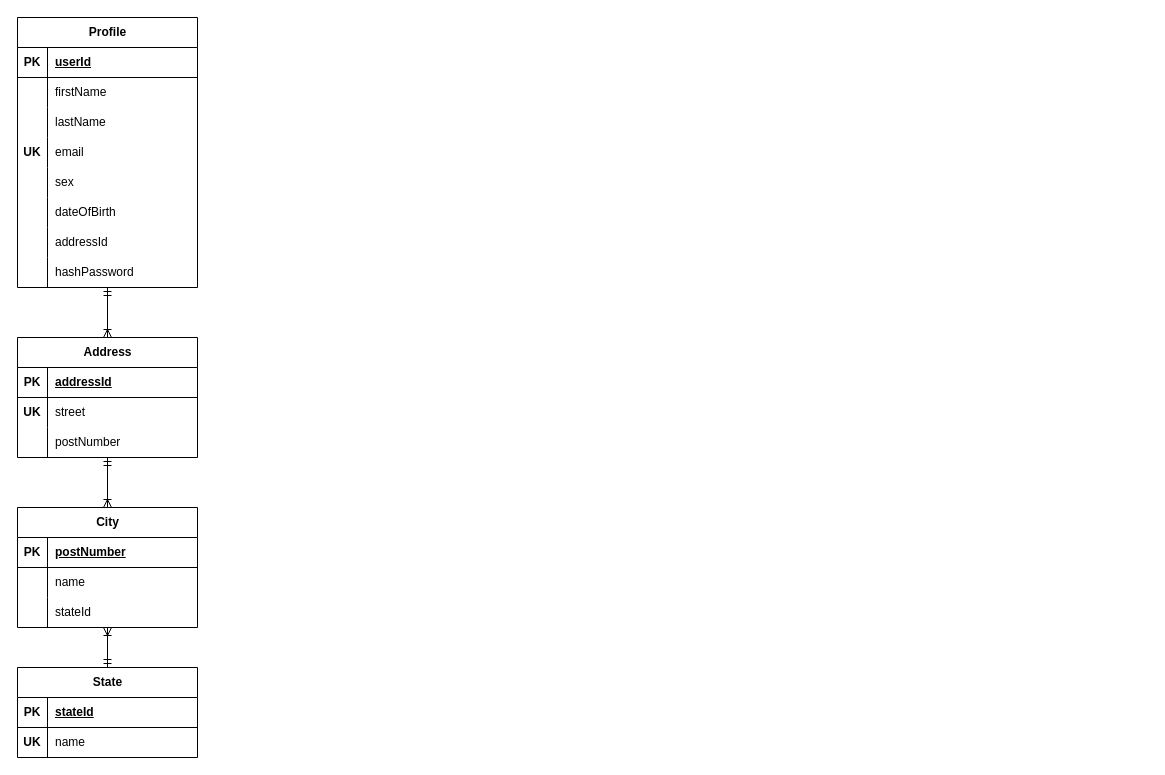
Above: documentation/Relation models/drawio/socialnet_rm_version1.drawio in Josip1234/Social-net (draw.io), before the change. Source tidied: cells renumbered, new cells numbered last; positions are measured from the earlier drawing's top-left corner, leaving out a move shared by most shapes. Both pictures are drawn from the tidied source at 100%, with x=0, y=0 at pixel (17, 17).
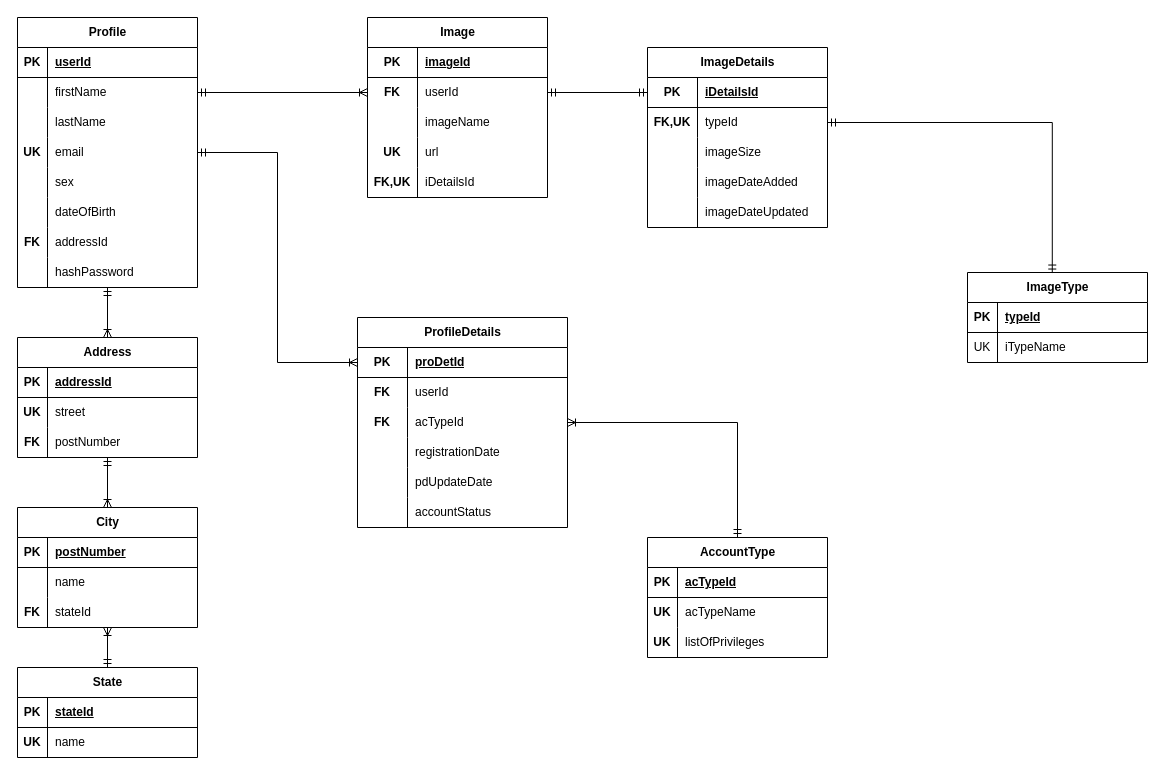
After the change.

Commit message (it also covers changes not shown here):
Finished first relation diagram for social net

The change refers to these unchanged cells:
```xml
<mxCell id="7" style="shape=tableRow;horizontal=0;startSize=0;swimlaneHead=0;swimlaneBody=0;fillColor=none;points=[[0,0.5],[1,0.5]];portConstraint=eastwest;top=0;left=0;right=0;bottom=0;" parent="3" vertex="1">
  <mxGeometry y="60" width="180" height="30" as="geometry" />
</mxCell>
<mxCell id="13" style="shape=tableRow;horizontal=0;startSize=0;swimlaneHead=0;swimlaneBody=0;fillColor=none;points=[[0,0.5],[1,0.5]];portConstraint=eastwest;top=0;left=0;right=0;bottom=0;" parent="3" vertex="1">
  <mxGeometry y="120" width="180" height="30" as="geometry" />
</mxCell>
<mxCell id="22" style="shape=tableRow;horizontal=0;startSize=0;swimlaneHead=0;swimlaneBody=0;fillColor=none;top=0;left=0;right=0;bottom=0;" parent="3" vertex="1">
  <mxGeometry y="210" width="180" height="30" as="geometry" />
</mxCell>
<mxCell id="36" style="shape=tableRow;horizontal=0;startSize=0;swimlaneHead=0;swimlaneBody=0;fillColor=none;top=0;left=0;right=0;bottom=0;" parent="29" vertex="1">
  <mxGeometry y="90" width="180" height="30" as="geometry" />
</mxCell>
<mxCell id="47" style="shape=tableRow;horizontal=0;startSize=0;swimlaneHead=0;swimlaneBody=0;fillColor=none;top=0;left=0;right=0;bottom=0;" parent="40" vertex="1">
  <mxGeometry y="90" width="180" height="30" as="geometry" />
</mxCell>
```

Diff of the diagram source:
```diff
@@
-    <mxCell id="23" style="shape=partialRectangle;fillColor=none;top=0;left=0;bottom=0;right=0;overflow=hidden;whiteSpace=wrap;html=1;" parent="22" vertex="1">
+    <mxCell id="23" value="&lt;b&gt;FK&lt;/b&gt;" style="shape=partialRectangle;fillColor=none;top=0;left=0;bottom=0;right=0;overflow=hidden;whiteSpace=wrap;html=1;" parent="22" vertex="1">
       <mxGeometry width="30" height="30" as="geometry" />
     </mxCell>
@@
-    <mxCell id="37" style="shape=partialRectangle;fillColor=none;top=0;left=0;bottom=0;right=0;overflow=hidden;whiteSpace=wrap;html=1;" parent="36" vertex="1">
+    <mxCell id="37" value="&lt;b&gt;FK&lt;/b&gt;" style="shape=partialRectangle;fillColor=none;top=0;left=0;bottom=0;right=0;overflow=hidden;whiteSpace=wrap;html=1;" parent="36" vertex="1">
       <mxGeometry width="30" height="30" as="geometry" />
     </mxCell>
@@
-    <mxCell id="48" style="shape=partialRectangle;fillColor=none;top=0;left=0;bottom=0;right=0;overflow=hidden;whiteSpace=wrap;html=1;" parent="47" vertex="1">
+    <mxCell id="48" value="&lt;b&gt;FK&lt;/b&gt;" style="shape=partialRectangle;fillColor=none;top=0;left=0;bottom=0;right=0;overflow=hidden;whiteSpace=wrap;html=1;" parent="47" vertex="1">
       <mxGeometry width="30" height="30" as="geometry" />
     </mxCell>
@@
+    <mxCell id="57" value="Image" style="shape=table;startSize=30;childLayout=tableLayout;rowLines=0;fontStyle=1;align=center;html=1;" parent="1" vertex="1">
+      <mxGeometry x="350" width="180" height="180" as="geometry" />
+    </mxCell>
+    <mxCell id="58" style="shape=tableRow;horizontal=0;startSize=0;swimlaneHead=0;swimlaneBody=0;fillColor=none;top=0;left=0;right=0;bottom=1;" parent="57" vertex="1">
+      <mxGeometry y="30" width="180" height="30" as="geometry" />
+    </mxCell>
+    <mxCell id="59" value="PK" style="shape=partialRectangle;fillColor=none;top=0;left=0;bottom=0;right=0;fontStyle=1;overflow=hidden;whiteSpace=wrap;html=1;" parent="58" vertex="1">
+      <mxGeometry width="50" height="30" as="geometry" />
+    </mxCell>
+    <mxCell id="60" value="imageId" style="shape=partialRectangle;fillColor=none;top=0;left=0;bottom=0;right=0;align=left;spacingLeft=6;fontStyle=5;overflow=hidden;whiteSpace=wrap;html=1;" parent="58" vertex="1">
+      <mxGeometry x="50" width="130" height="30" as="geometry" />
+    </mxCell>
+    <mxCell id="61" style="shape=tableRow;horizontal=0;startSize=0;swimlaneHead=0;swimlaneBody=0;fillColor=none;points=[[0,0.5],[1,0.5]];portConstraint=eastwest;top=0;left=0;right=0;bottom=0;" parent="57" vertex="1">
+      <mxGeometry y="60" width="180" height="30" as="geometry" />
+    </mxCell>
+    <mxCell id="62" value="&lt;b&gt;FK&lt;/b&gt;" style="shape=partialRectangle;fillColor=none;top=0;left=0;bottom=0;right=0;overflow=hidden;whiteSpace=wrap;html=1;" parent="61" vertex="1">
+      <mxGeometry width="50" height="30" as="geometry" />
+    </mxCell>
+    <mxCell id="63" value="userId" style="shape=partialRectangle;fillColor=none;top=0;left=0;bottom=0;right=0;align=left;spacingLeft=6;overflow=hidden;whiteSpace=wrap;html=1;" parent="61" vertex="1">
+      <mxGeometry x="50" width="130" height="30" as="geometry" />
+    </mxCell>
+    <mxCell id="64" style="shape=tableRow;horizontal=0;startSize=0;swimlaneHead=0;swimlaneBody=0;fillColor=none;top=0;left=0;right=0;bottom=0;" parent="57" vertex="1">
+      <mxGeometry y="90" width="180" height="30" as="geometry" />
+    </mxCell>
+    <mxCell id="65" style="shape=partialRectangle;fillColor=none;top=0;left=0;bottom=0;right=0;overflow=hidden;whiteSpace=wrap;html=1;" parent="64" vertex="1">
+      <mxGeometry width="50" height="30" as="geometry" />
+    </mxCell>
+    <mxCell id="66" value="imageName" style="shape=partialRectangle;fillColor=none;top=0;left=0;bottom=0;right=0;align=left;spacingLeft=6;overflow=hidden;whiteSpace=wrap;html=1;" parent="64" vertex="1">
+      <mxGeometry x="50" width="130" height="30" as="geometry" />
+    </mxCell>
+    <mxCell id="67" style="shape=tableRow;horizontal=0;startSize=0;swimlaneHead=0;swimlaneBody=0;fillColor=none;top=0;left=0;right=0;bottom=0;" parent="57" vertex="1">
+      <mxGeometry y="120" width="180" height="30" as="geometry" />
+    </mxCell>
+    <mxCell id="68" value="&lt;b&gt;UK&lt;/b&gt;" style="shape=partialRectangle;fillColor=none;top=0;left=0;bottom=0;right=0;overflow=hidden;whiteSpace=wrap;html=1;" parent="67" vertex="1">
+      <mxGeometry width="50" height="30" as="geometry" />
+    </mxCell>
+    <mxCell id="69" value="url" style="shape=partialRectangle;fillColor=none;top=0;left=0;bottom=0;right=0;align=left;spacingLeft=6;overflow=hidden;whiteSpace=wrap;html=1;" parent="67" vertex="1">
+      <mxGeometry x="50" width="130" height="30" as="geometry" />
+    </mxCell>
+    <mxCell id="70" style="shape=tableRow;horizontal=0;startSize=0;swimlaneHead=0;swimlaneBody=0;fillColor=none;top=0;left=0;right=0;bottom=0;" parent="57" vertex="1">
+      <mxGeometry y="150" width="180" height="30" as="geometry" />
+    </mxCell>
+    <mxCell id="71" value="&lt;b&gt;FK,UK&lt;/b&gt;" style="shape=partialRectangle;fillColor=none;top=0;left=0;bottom=0;right=0;overflow=hidden;whiteSpace=wrap;html=1;" parent="70" vertex="1">
+      <mxGeometry width="50" height="30" as="geometry" />
+    </mxCell>
+    <mxCell id="72" value="iDetailsId" style="shape=partialRectangle;fillColor=none;top=0;left=0;bottom=0;right=0;align=left;spacingLeft=6;overflow=hidden;whiteSpace=wrap;html=1;" parent="70" vertex="1">
+      <mxGeometry x="50" width="130" height="30" as="geometry" />
+    </mxCell>
+    <mxCell id="73" style="edgeStyle=orthogonalEdgeStyle;rounded=0;jettySize=auto;html=1;entryX=0;entryY=0.5;entryDx=0;entryDy=0;startArrow=ERmandOne;startFill=0;endArrow=ERoneToMany;endFill=0;" parent="1" edge="1" source="7" target="61">
+      <mxGeometry relative="1" as="geometry" />
+    </mxCell>
+    <mxCell id="74" value="ImageDetails" style="shape=table;startSize=30;childLayout=tableLayout;rowLines=0;fontStyle=1;align=center;html=1;" parent="1" vertex="1">
+      <mxGeometry x="630" y="30" width="180" height="180" as="geometry" />
+    </mxCell>
+    <mxCell id="75" style="shape=tableRow;horizontal=0;startSize=0;swimlaneHead=0;swimlaneBody=0;fillColor=none;points=[[0,0.5],[1,0.5]];portConstraint=eastwest;top=0;left=0;right=0;bottom=1;" parent="74" vertex="1">
+      <mxGeometry y="30" width="180" height="30" as="geometry" />
+    </mxCell>
+    <mxCell id="76" value="PK" style="shape=partialRectangle;fillColor=none;top=0;left=0;bottom=0;right=0;fontStyle=1;overflow=hidden;whiteSpace=wrap;html=1;" parent="75" vertex="1">
+      <mxGeometry width="50" height="30" as="geometry" />
+    </mxCell>
+    <mxCell id="77" value="iDetailsId" style="shape=partialRectangle;fillColor=none;top=0;left=0;bottom=0;right=0;align=left;spacingLeft=6;fontStyle=5;overflow=hidden;whiteSpace=wrap;html=1;" parent="75" vertex="1">
+      <mxGeometry x="50" width="130" height="30" as="geometry" />
+    </mxCell>
+    <mxCell id="78" style="shape=tableRow;horizontal=0;startSize=0;swimlaneHead=0;swimlaneBody=0;fillColor=none;points=[[0,0.5],[1,0.5]];portConstraint=eastwest;top=0;left=0;right=0;bottom=0;" parent="74" vertex="1">
+      <mxGeometry y="60" width="180" height="30" as="geometry" />
+    </mxCell>
+    <mxCell id="79" value="&lt;b&gt;FK,UK&lt;/b&gt;" style="shape=partialRectangle;fillColor=none;top=0;left=0;bottom=0;right=0;overflow=hidden;whiteSpace=wrap;html=1;" parent="78" vertex="1">
+      <mxGeometry width="50" height="30" as="geometry" />
+    </mxCell>
+    <mxCell id="80" value="typeId" style="shape=partialRectangle;fillColor=none;top=0;left=0;bottom=0;right=0;align=left;spacingLeft=6;overflow=hidden;whiteSpace=wrap;html=1;" parent="78" vertex="1">
+      <mxGeometry x="50" width="130" height="30" as="geometry" />
+    </mxCell>
+    <mxCell id="81" style="shape=tableRow;horizontal=0;startSize=0;swimlaneHead=0;swimlaneBody=0;fillColor=none;top=0;left=0;right=0;bottom=0;" parent="74" vertex="1">
+      <mxGeometry y="90" width="180" height="30" as="geometry" />
+    </mxCell>
+    <mxCell id="82" style="shape=partialRectangle;fillColor=none;top=0;left=0;bottom=0;right=0;overflow=hidden;whiteSpace=wrap;html=1;" parent="81" vertex="1">
+      <mxGeometry width="50" height="30" as="geometry" />
+    </mxCell>
+    <mxCell id="83" value="imageSize" style="shape=partialRectangle;fillColor=none;top=0;left=0;bottom=0;right=0;align=left;spacingLeft=6;overflow=hidden;whiteSpace=wrap;html=1;" parent="81" vertex="1">
+      <mxGeometry x="50" width="130" height="30" as="geometry" />
+    </mxCell>
+    <mxCell id="84" style="shape=tableRow;horizontal=0;startSize=0;swimlaneHead=0;swimlaneBody=0;fillColor=none;top=0;left=0;right=0;bottom=0;" parent="74" vertex="1">
+      <mxGeometry y="120" width="180" height="30" as="geometry" />
+    </mxCell>
+    <mxCell id="85" style="shape=partialRectangle;fillColor=none;top=0;left=0;bottom=0;right=0;overflow=hidden;whiteSpace=wrap;html=1;" parent="84" vertex="1">
+      <mxGeometry width="50" height="30" as="geometry" />
+    </mxCell>
+    <mxCell id="86" value="imageDateAdded" style="shape=partialRectangle;fillColor=none;top=0;left=0;bottom=0;right=0;align=left;spacingLeft=6;overflow=hidden;whiteSpace=wrap;html=1;" parent="84" vertex="1">
+      <mxGeometry x="50" width="130" height="30" as="geometry" />
+    </mxCell>
+    <mxCell id="87" style="shape=tableRow;horizontal=0;startSize=0;swimlaneHead=0;swimlaneBody=0;fillColor=none;top=0;left=0;right=0;bottom=0;" parent="74" vertex="1">
+      <mxGeometry y="150" width="180" height="30" as="geometry" />
+    </mxCell>
+    <mxCell id="88" style="shape=partialRectangle;fillColor=none;top=0;left=0;bottom=0;right=0;overflow=hidden;whiteSpace=wrap;html=1;" parent="87" vertex="1">
+      <mxGeometry width="50" height="30" as="geometry" />
+    </mxCell>
+    <mxCell id="89" value="imageDateUpdated" style="shape=partialRectangle;fillColor=none;top=0;left=0;bottom=0;right=0;align=left;spacingLeft=6;overflow=hidden;whiteSpace=wrap;html=1;" parent="87" vertex="1">
+      <mxGeometry x="50" width="130" height="30" as="geometry" />
+    </mxCell>
+    <mxCell id="90" style="edgeStyle=orthogonalEdgeStyle;rounded=0;jettySize=auto;html=1;entryX=0;entryY=0.5;entryDx=0;entryDy=0;endArrow=ERmandOne;endFill=0;startArrow=ERmandOne;startFill=0;" parent="1" edge="1" source="61" target="75">
+      <mxGeometry relative="1" as="geometry" />
+    </mxCell>
+    <mxCell id="91" value="ImageType" style="shape=table;startSize=30;childLayout=tableLayout;rowLines=0;fontStyle=1;align=center;html=1;" parent="1" vertex="1">
+      <mxGeometry x="950" y="255" width="180" height="90" as="geometry" />
+    </mxCell>
+    <mxCell id="92" style="shape=tableRow;horizontal=0;startSize=0;swimlaneHead=0;swimlaneBody=0;fillColor=none;top=0;left=0;right=0;bottom=1;" parent="91" vertex="1">
+      <mxGeometry y="30" width="180" height="30" as="geometry" />
+    </mxCell>
+    <mxCell id="93" value="PK" style="shape=partialRectangle;fillColor=none;top=0;left=0;bottom=0;right=0;fontStyle=1;overflow=hidden;whiteSpace=wrap;html=1;" parent="92" vertex="1">
+      <mxGeometry width="30" height="30" as="geometry" />
+    </mxCell>
+    <mxCell id="94" value="typeId" style="shape=partialRectangle;fillColor=none;top=0;left=0;bottom=0;right=0;align=left;spacingLeft=6;fontStyle=5;overflow=hidden;whiteSpace=wrap;html=1;" parent="92" vertex="1">
+      <mxGeometry x="30" width="150" height="30" as="geometry" />
+    </mxCell>
+    <mxCell id="95" style="shape=tableRow;horizontal=0;startSize=0;swimlaneHead=0;swimlaneBody=0;fillColor=none;top=0;left=0;right=0;bottom=0;" parent="91" vertex="1">
+      <mxGeometry y="60" width="180" height="30" as="geometry" />
+    </mxCell>
+    <mxCell id="96" value="UK" style="shape=partialRectangle;fillColor=none;top=0;left=0;bottom=0;right=0;overflow=hidden;whiteSpace=wrap;html=1;" parent="95" vertex="1">
+      <mxGeometry width="30" height="30" as="geometry" />
+    </mxCell>
+    <mxCell id="97" value="iTypeName" style="shape=partialRectangle;fillColor=none;top=0;left=0;bottom=0;right=0;align=left;spacingLeft=6;overflow=hidden;whiteSpace=wrap;html=1;" parent="95" vertex="1">
+      <mxGeometry x="30" width="150" height="30" as="geometry" />
+    </mxCell>
+    <mxCell id="98" style="edgeStyle=orthogonalEdgeStyle;rounded=0;jettySize=auto;html=1;entryX=0.471;entryY=0.006;entryDx=0;entryDy=0;entryPerimeter=0;startArrow=ERmandOne;startFill=0;endArrow=ERmandOne;endFill=0;" parent="1" edge="1" source="78" target="91">
+      <mxGeometry relative="1" as="geometry" />
+    </mxCell>
+    <mxCell id="99" value="ProfileDetails" style="shape=table;startSize=30;childLayout=tableLayout;rowLines=0;fontStyle=1;align=center;html=1;" parent="1" vertex="1">
+      <mxGeometry x="340" y="300" width="210" height="210" as="geometry" />
+    </mxCell>
+    <mxCell id="100" style="shape=tableRow;horizontal=0;startSize=0;swimlaneHead=0;swimlaneBody=0;fillColor=none;points=[[0,0.5],[1,0.5]];portConstraint=eastwest;top=0;left=0;right=0;bottom=1;" parent="99" vertex="1">
+      <mxGeometry y="30" width="210" height="30" as="geometry" />
+    </mxCell>
+    <mxCell id="101" value="PK" style="shape=partialRectangle;fillColor=none;top=0;left=0;bottom=0;right=0;fontStyle=1;overflow=hidden;whiteSpace=wrap;html=1;" parent="100" vertex="1">
+      <mxGeometry width="50" height="30" as="geometry" />
+    </mxCell>
+    <mxCell id="102" value="proDetId" style="shape=partialRectangle;fillColor=none;top=0;left=0;bottom=0;right=0;align=left;spacingLeft=6;fontStyle=5;overflow=hidden;whiteSpace=wrap;html=1;" parent="100" vertex="1">
+      <mxGeometry x="50" width="160" height="30" as="geometry" />
+    </mxCell>
+    <mxCell id="103" style="shape=tableRow;horizontal=0;startSize=0;swimlaneHead=0;swimlaneBody=0;fillColor=none;top=0;left=0;right=0;bottom=0;" parent="99" vertex="1">
+      <mxGeometry y="60" width="210" height="30" as="geometry" />
+    </mxCell>
+    <mxCell id="104" value="&lt;b&gt;FK&lt;/b&gt;" style="shape=partialRectangle;fillColor=none;top=0;left=0;bottom=0;right=0;overflow=hidden;whiteSpace=wrap;html=1;" parent="103" vertex="1">
+      <mxGeometry width="50" height="30" as="geometry" />
+    </mxCell>
+    <mxCell id="105" value="userId" style="shape=partialRectangle;fillColor=none;top=0;left=0;bottom=0;right=0;align=left;spacingLeft=6;overflow=hidden;whiteSpace=wrap;html=1;" parent="103" vertex="1">
+      <mxGeometry x="50" width="160" height="30" as="geometry" />
+    </mxCell>
+    <mxCell id="106" style="shape=tableRow;horizontal=0;startSize=0;swimlaneHead=0;swimlaneBody=0;fillColor=none;points=[[0,0.5],[1,0.5]];portConstraint=eastwest;top=0;left=0;right=0;bottom=0;" parent="99" vertex="1">
+      <mxGeometry y="90" width="210" height="30" as="geometry" />
+    </mxCell>
+    <mxCell id="107" value="&lt;b&gt;FK&lt;/b&gt;" style="shape=partialRectangle;fillColor=none;top=0;left=0;bottom=0;right=0;overflow=hidden;whiteSpace=wrap;html=1;" parent="106" vertex="1">
+      <mxGeometry width="50" height="30" as="geometry" />
+    </mxCell>
+    <mxCell id="108" value="acTypeId" style="shape=partialRectangle;fillColor=none;top=0;left=0;bottom=0;right=0;align=left;spacingLeft=6;overflow=hidden;whiteSpace=wrap;html=1;" parent="106" vertex="1">
+      <mxGeometry x="50" width="160" height="30" as="geometry" />
+    </mxCell>
+    <mxCell id="109" style="shape=tableRow;horizontal=0;startSize=0;swimlaneHead=0;swimlaneBody=0;fillColor=none;top=0;left=0;right=0;bottom=0;" parent="99" vertex="1">
+      <mxGeometry y="120" width="210" height="30" as="geometry" />
+    </mxCell>
+    <mxCell id="110" style="shape=partialRectangle;fillColor=none;top=0;left=0;bottom=0;right=0;overflow=hidden;whiteSpace=wrap;html=1;" parent="109" vertex="1">
+      <mxGeometry width="50" height="30" as="geometry" />
+    </mxCell>
+    <mxCell id="111" value="registrationDate" style="shape=partialRectangle;fillColor=none;top=0;left=0;bottom=0;right=0;align=left;spacingLeft=6;overflow=hidden;whiteSpace=wrap;html=1;" parent="109" vertex="1">
+      <mxGeometry x="50" width="160" height="30" as="geometry" />
+    </mxCell>
+    <mxCell id="112" style="shape=tableRow;horizontal=0;startSize=0;swimlaneHead=0;swimlaneBody=0;fillColor=none;top=0;left=0;right=0;bottom=0;" parent="99" vertex="1">
+      <mxGeometry y="150" width="210" height="30" as="geometry" />
+    </mxCell>
+    <mxCell id="113" style="shape=partialRectangle;fillColor=none;top=0;left=0;bottom=0;right=0;overflow=hidden;whiteSpace=wrap;html=1;" parent="112" vertex="1">
+      <mxGeometry width="50" height="30" as="geometry" />
+    </mxCell>
+    <mxCell id="114" value="pdUpdateDate" style="shape=partialRectangle;fillColor=none;top=0;left=0;bottom=0;right=0;align=left;spacingLeft=6;overflow=hidden;whiteSpace=wrap;html=1;" parent="112" vertex="1">
+      <mxGeometry x="50" width="160" height="30" as="geometry" />
+    </mxCell>
+    <mxCell id="115" style="shape=tableRow;horizontal=0;startSize=0;swimlaneHead=0;swimlaneBody=0;fillColor=none;top=0;left=0;right=0;bottom=0;" parent="99" vertex="1">
+      <mxGeometry y="180" width="210" height="30" as="geometry" />
+    </mxCell>
+    <mxCell id="116" style="shape=partialRectangle;fillColor=none;top=0;left=0;bottom=0;right=0;overflow=hidden;whiteSpace=wrap;html=1;" parent="115" vertex="1">
+      <mxGeometry width="50" height="30" as="geometry" />
+    </mxCell>
+    <mxCell id="117" value="accountStatus" style="shape=partialRectangle;fillColor=none;top=0;left=0;bottom=0;right=0;align=left;spacingLeft=6;overflow=hidden;whiteSpace=wrap;html=1;" parent="115" vertex="1">
+      <mxGeometry x="50" width="160" height="30" as="geometry" />
+    </mxCell>
+    <mxCell id="118" style="edgeStyle=orthogonalEdgeStyle;rounded=0;jettySize=auto;html=1;entryX=0;entryY=0.5;entryDx=0;entryDy=0;endArrow=ERoneToMany;endFill=0;startArrow=ERmandOne;startFill=0;" parent="1" edge="1" source="13" target="100">
+      <mxGeometry relative="1" as="geometry" />
+    </mxCell>
+    <mxCell id="119" value="AccountType" style="shape=table;startSize=30;childLayout=tableLayout;rowLines=0;fontStyle=1;align=center;html=1;" parent="1" vertex="1">
+      <mxGeometry x="630" y="520" width="180" height="120" as="geometry" />
+    </mxCell>
+    <mxCell id="120" style="shape=tableRow;horizontal=0;startSize=0;swimlaneHead=0;swimlaneBody=0;fillColor=none;top=0;left=0;right=0;bottom=1;" parent="119" vertex="1">
+      <mxGeometry y="30" width="180" height="30" as="geometry" />
+    </mxCell>
+    <mxCell id="121" value="PK" style="shape=partialRectangle;fillColor=none;top=0;left=0;bottom=0;right=0;fontStyle=1;overflow=hidden;whiteSpace=wrap;html=1;" parent="120" vertex="1">
+      <mxGeometry width="30" height="30" as="geometry" />
+    </mxCell>
+    <mxCell id="122" value="acTypeId" style="shape=partialRectangle;fillColor=none;top=0;left=0;bottom=0;right=0;align=left;spacingLeft=6;fontStyle=5;overflow=hidden;whiteSpace=wrap;html=1;" parent="120" vertex="1">
+      <mxGeometry x="30" width="150" height="30" as="geometry" />
+    </mxCell>
+    <mxCell id="123" style="shape=tableRow;horizontal=0;startSize=0;swimlaneHead=0;swimlaneBody=0;fillColor=none;top=0;left=0;right=0;bottom=0;" parent="119" vertex="1">
+      <mxGeometry y="60" width="180" height="30" as="geometry" />
+    </mxCell>
+    <mxCell id="124" value="&lt;b&gt;UK&lt;/b&gt;" style="shape=partialRectangle;fillColor=none;top=0;left=0;bottom=0;right=0;overflow=hidden;whiteSpace=wrap;html=1;" parent="123" vertex="1">
+      <mxGeometry width="30" height="30" as="geometry" />
+    </mxCell>
+    <mxCell id="125" value="acTypeName" style="shape=partialRectangle;fillColor=none;top=0;left=0;bottom=0;right=0;align=left;spacingLeft=6;overflow=hidden;whiteSpace=wrap;html=1;" parent="123" vertex="1">
+      <mxGeometry x="30" width="150" height="30" as="geometry" />
+    </mxCell>
+    <mxCell id="126" style="shape=tableRow;horizontal=0;startSize=0;swimlaneHead=0;swimlaneBody=0;fillColor=none;top=0;left=0;right=0;bottom=0;" parent="119" vertex="1">
+      <mxGeometry y="90" width="180" height="30" as="geometry" />
+    </mxCell>
+    <mxCell id="127" value="&lt;b&gt;UK&lt;/b&gt;" style="shape=partialRectangle;fillColor=none;top=0;left=0;bottom=0;right=0;overflow=hidden;whiteSpace=wrap;html=1;" parent="126" vertex="1">
+      <mxGeometry width="30" height="30" as="geometry" />
+    </mxCell>
+    <mxCell id="128" value="listOfPrivileges" style="shape=partialRectangle;fillColor=none;top=0;left=0;bottom=0;right=0;align=left;spacingLeft=6;overflow=hidden;whiteSpace=wrap;html=1;" parent="126" vertex="1">
+      <mxGeometry x="30" width="150" height="30" as="geometry" />
+    </mxCell>
+    <mxCell id="129" style="edgeStyle=orthogonalEdgeStyle;rounded=0;jettySize=auto;html=1;entryX=0.5;entryY=0;entryDx=0;entryDy=0;endArrow=ERmandOne;endFill=0;startArrow=ERoneToMany;startFill=0;" parent="1" edge="1" source="106" target="119">
+      <mxGeometry relative="1" as="geometry" />
+    </mxCell>
```
